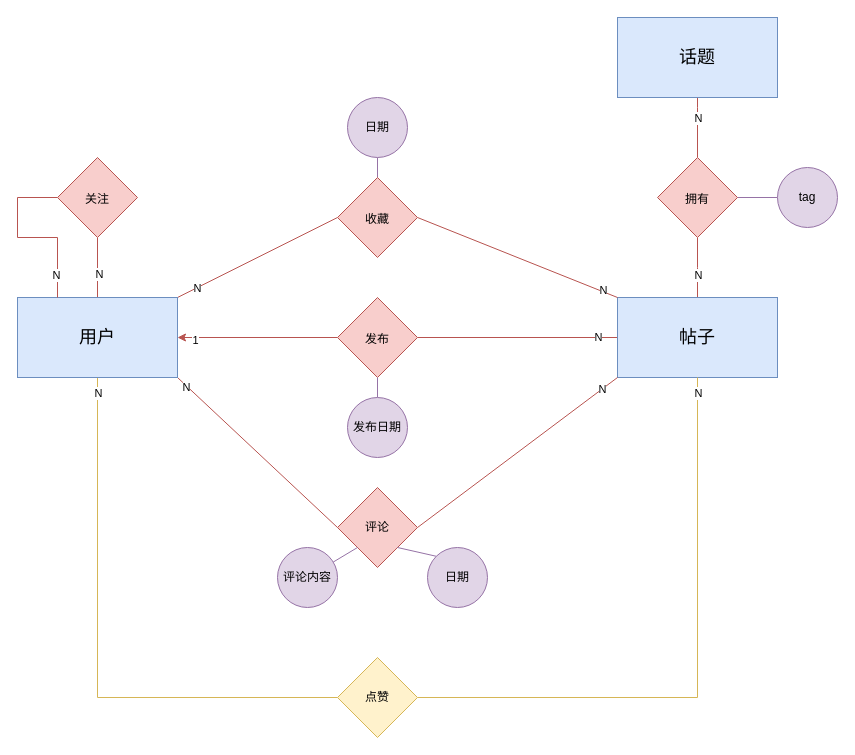
The draw.io diagram map/minihubER.drawio in msqtt/Sources, before the edit. Source tidied: cells renumbered, new cells numbered last; positions are measured from the earlier drawing's top-left corner, leaving out a move shared by most shapes. Both pictures are drawn from the tidied source at 100%, with x=0, y=0 at pixel (17, 17).
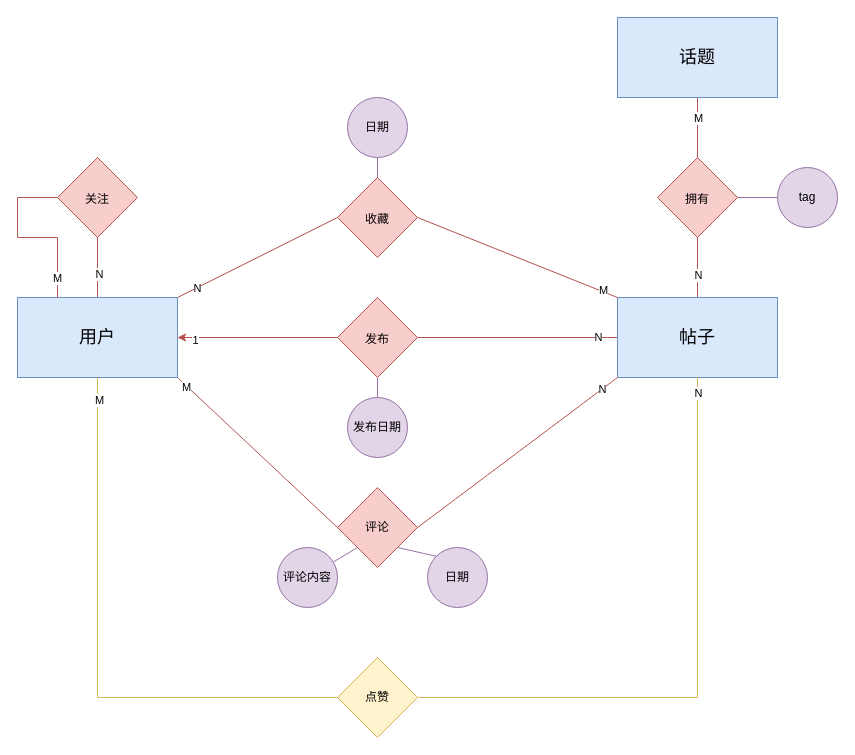
Above is the later version.

Unchanged cells that the change refers to:
```xml
<mxCell id="8" style="edgeStyle=orthogonalEdgeStyle;rounded=0;jettySize=auto;html=1;strokeColor=#b85450;fontColor=#143642;fillColor=#f8cecc;entryX=0.5;entryY=1;entryDx=0;entryDy=0;endArrow=none;endFill=0;exitX=0.5;exitY=0;exitDx=0;exitDy=0;strokeWidth=1;" parent="1" edge="1" source="31" target="20">
  <mxGeometry relative="1" as="geometry">
    <Array as="points">
      <mxPoint x="680" y="90" />
      <mxPoint x="680" y="90" />
    </Array>
  </mxGeometry>
</mxCell>
<mxCell id="10" style="rounded=0;jettySize=auto;html=1;entryX=0;entryY=0.5;entryDx=0;entryDy=0;strokeColor=#b85450;fontColor=#143642;fillColor=#f8cecc;exitX=1;exitY=1;exitDx=0;exitDy=0;endArrow=none;endFill=0;strokeWidth=1;" parent="1" edge="1" source="18" target="32">
  <mxGeometry relative="1" as="geometry" />
</mxCell>
<mxCell id="12" style="rounded=0;jettySize=auto;html=1;entryX=0;entryY=0.5;entryDx=0;entryDy=0;strokeColor=#d6b656;fontColor=#143642;fillColor=#fff2cc;exitX=0.5;exitY=1;exitDx=0;exitDy=0;edgeStyle=orthogonalEdgeStyle;endArrow=none;endFill=0;strokeWidth=1;" parent="1" edge="1" source="18" target="33">
  <mxGeometry relative="1" as="geometry" />
</mxCell>
<mxCell id="26" style="rounded=0;jettySize=auto;html=1;entryX=0;entryY=0;entryDx=0;entryDy=0;strokeColor=#b85450;fontColor=#143642;fillColor=#f8cecc;exitX=1;exitY=0.5;exitDx=0;exitDy=0;endArrow=none;endFill=0;strokeWidth=1;" parent="1" edge="1" source="35" target="21">
  <mxGeometry relative="1" as="geometry" />
</mxCell>
<mxCell id="28" style="edgeStyle=orthogonalEdgeStyle;rounded=0;jettySize=auto;html=1;entryX=0.25;entryY=0;entryDx=0;entryDy=0;strokeColor=#b85450;fontColor=#143642;fillColor=#f8cecc;exitX=0;exitY=0.5;exitDx=0;exitDy=0;endArrow=none;endFill=0;strokeWidth=1;" parent="1" edge="1" source="36" target="18">
  <mxGeometry relative="1" as="geometry">
    <Array as="points">
      <mxPoint y="180" />
      <mxPoint y="220" />
      <mxPoint x="40" y="220" />
    </Array>
  </mxGeometry>
</mxCell>
```

Diff of the diagram source:
```diff
@@
-    <mxCell id="9" value="N" style="edgeLabel;html=1;align=center;verticalAlign=middle;" parent="8" vertex="1">
+    <mxCell id="9" value="M" style="edgeLabel;html=1;align=center;verticalAlign=middle;" parent="8" vertex="1">
       <mxGeometry x="0.71" relative="1" as="geometry">
         <mxPoint y="11" as="offset" />
       </mxGeometry>
     </mxCell>
@@
-    <mxCell id="11" value="N" style="edgeLabel;html=1;align=center;verticalAlign=middle;" parent="10" vertex="1">
+    <mxCell id="11" value="M" style="edgeLabel;html=1;align=center;verticalAlign=middle;" parent="10" vertex="1">
       <mxGeometry x="-0.88" y="-1" relative="1" as="geometry" />
     </mxCell>
@@
-    <mxCell id="13" value="N" style="edgeLabel;html=1;align=center;verticalAlign=middle;" parent="12" vertex="1">
-      <mxGeometry x="-0.95" y="-2" relative="1" as="geometry">
-        <mxPoint x="2" y="1" as="offset" />
-      </mxGeometry>
-    </mxCell>
+    <mxCell id="45" value="M" style="edgeLabel;html=1;align=center;verticalAlign=middle;" parent="12" vertex="1">
+      <mxGeometry x="-0.92" y="1" relative="1" as="geometry" />
+    </mxCell>
@@
-    <mxCell id="27" value="N" style="edgeLabel;html=1;align=center;verticalAlign=middle;" parent="26" vertex="1">
+    <mxCell id="27" value="M" style="edgeLabel;html=1;align=center;verticalAlign=middle;" parent="26" vertex="1">
       <mxGeometry x="0.85" y="1" relative="1" as="geometry" />
     </mxCell>
@@
-    <mxCell id="29" value="N" style="edgeLabel;html=1;align=center;verticalAlign=middle;" parent="28" vertex="1">
-      <mxGeometry x="0.74" y="-2" relative="1" as="geometry" />
-    </mxCell>
+    <mxCell id="46" value="M" style="edgeLabel;html=1;align=center;verticalAlign=middle;" parent="28" vertex="1">
+      <mxGeometry x="0.78" y="-1" relative="1" as="geometry" />
+    </mxCell>
```
